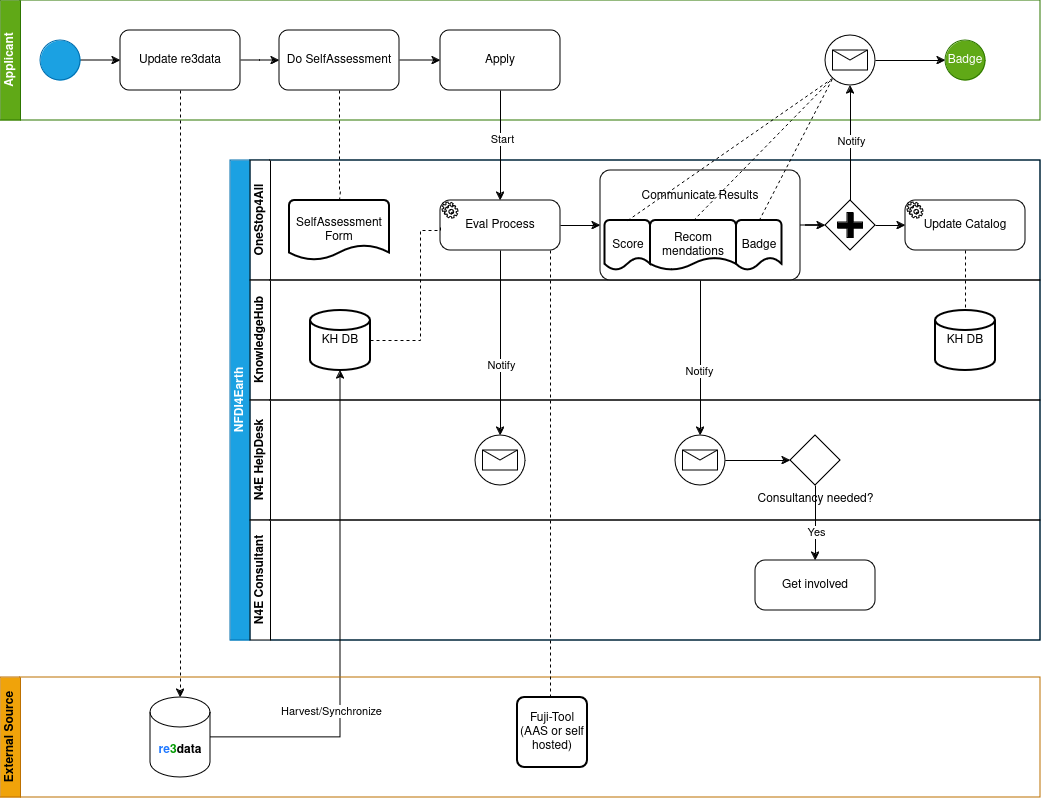
The draw.io diagram Application_Workflow_Abstract.drawio.png in geyslein/NFDI4Earth-Label, before a commit. Source tidied: cells renumbered, new cells last; positions are measured from the earlier drawing's top-left corner, leaving out a move shared by most shapes.
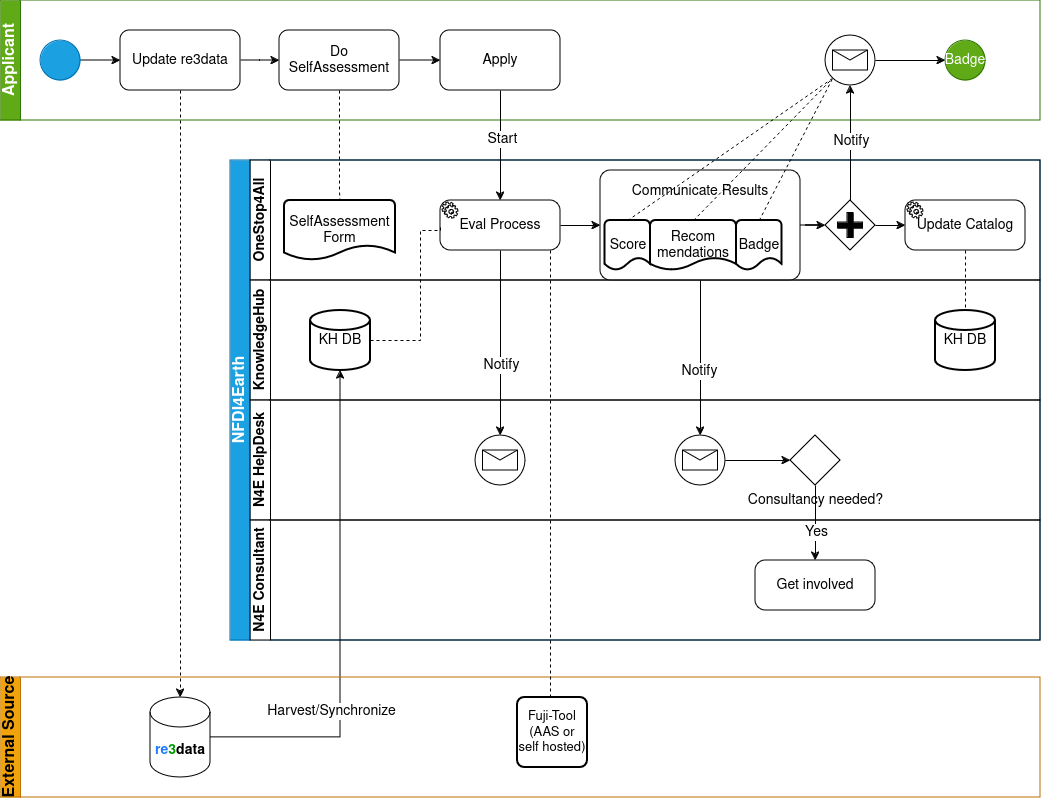
After the change.

Change to the diagram source:
```diff
@@ -2,22 +2,22 @@
   <root>
     <mxCell id="0" />
     <mxCell id="1" parent="0" />
-    <mxCell id="2" value="NFDI4Earth" style="swimlane;html=1;horizontal=0;startSize=20;fillColor=#1ba1e2;fontColor=#ffffff;strokeColor=#006EAF;" parent="1" vertex="1">
+    <mxCell id="2" value="NFDI4Earth" style="swimlane;html=1;horizontal=0;startSize=20;fillColor=#1ba1e2;fontColor=#ffffff;strokeColor=#006EAF;fontSize=16;" parent="1" vertex="1">
       <mxGeometry x="230" y="160" width="810" height="480" as="geometry" />
     </mxCell>
-    <mxCell id="3" value="OneStop4All" style="swimlane;html=1;startSize=20;horizontal=0;" parent="2" vertex="1">
+    <mxCell id="3" value="OneStop4All" style="swimlane;html=1;startSize=20;horizontal=0;fontSize=14;" parent="2" vertex="1">
       <mxGeometry x="20" width="790" height="120" as="geometry" />
     </mxCell>
-    <mxCell id="4" value="SelfAssessment Form" style="strokeWidth=2;html=1;shape=mxgraph.flowchart.document2;whiteSpace=wrap;size=0.25;" parent="3" vertex="1">
-      <mxGeometry x="39" y="40" width="100" height="60" as="geometry" />
+    <mxCell id="4" value="SelfAssessment Form" style="strokeWidth=2;html=1;shape=mxgraph.flowchart.document2;whiteSpace=wrap;size=0.25;fontSize=14;" parent="3" vertex="1">
+      <mxGeometry x="34" y="40" width="111" height="60" as="geometry" />
     </mxCell>
-    <mxCell id="5" value="Eval Process" style="points=[[0.25,0,0],[0.5,0,0],[0.75,0,0],[1,0.25,0],[1,0.5,0],[1,0.75,0],[0.75,1,0],[0.5,1,0],[0.25,1,0],[0,0.75,0],[0,0.5,0],[0,0.25,0]];shape=mxgraph.bpmn.task;whiteSpace=wrap;rectStyle=rounded;size=10;html=1;taskMarker=service;" parent="3" vertex="1">
+    <mxCell id="5" value="Eval Process" style="points=[[0.25,0,0],[0.5,0,0],[0.75,0,0],[1,0.25,0],[1,0.5,0],[1,0.75,0],[0.75,1,0],[0.5,1,0],[0.25,1,0],[0,0.75,0],[0,0.5,0],[0,0.25,0]];shape=mxgraph.bpmn.task;whiteSpace=wrap;rectStyle=rounded;size=10;html=1;taskMarker=service;fontSize=14;" parent="3" vertex="1">
       <mxGeometry x="190" y="40" width="120" height="50" as="geometry" />
     </mxCell>
-    <mxCell id="6" value="&lt;div&gt;Communicate Results&lt;/div&gt;&lt;div&gt;&lt;br&gt;&lt;/div&gt;&lt;div&gt;&lt;br&gt;&lt;/div&gt;&lt;div&gt;&lt;br&gt;&lt;/div&gt;&lt;div&gt;&lt;br&gt;&lt;/div&gt;" style="points=[[0.25,0,0],[0.5,0,0],[0.75,0,0],[1,0.25,0],[1,0.5,0],[1,0.75,0],[0.75,1,0],[0.5,1,0],[0.25,1,0],[0,0.75,0],[0,0.5,0],[0,0.25,0]];shape=mxgraph.bpmn.task;whiteSpace=wrap;rectStyle=rounded;size=10;html=1;taskMarker=abstract;" parent="3" vertex="1">
+    <mxCell id="6" value="&lt;div style=&quot;font-size: 14px;&quot;&gt;Communicate Results&lt;/div&gt;&lt;div style=&quot;font-size: 14px;&quot;&gt;&lt;br style=&quot;font-size: 14px;&quot;&gt;&lt;/div&gt;&lt;div style=&quot;font-size: 14px;&quot;&gt;&lt;br style=&quot;font-size: 14px;&quot;&gt;&lt;/div&gt;&lt;div style=&quot;font-size: 14px;&quot;&gt;&lt;br style=&quot;font-size: 14px;&quot;&gt;&lt;/div&gt;&lt;div style=&quot;font-size: 14px;&quot;&gt;&lt;br style=&quot;font-size: 14px;&quot;&gt;&lt;/div&gt;" style="points=[[0.25,0,0],[0.5,0,0],[0.75,0,0],[1,0.25,0],[1,0.5,0],[1,0.75,0],[0.75,1,0],[0.5,1,0],[0.25,1,0],[0,0.75,0],[0,0.5,0],[0,0.25,0]];shape=mxgraph.bpmn.task;whiteSpace=wrap;rectStyle=rounded;size=10;html=1;taskMarker=abstract;fontSize=14;" parent="3" vertex="1">
       <mxGeometry x="350" y="10" width="200" height="110" as="geometry" />
     </mxCell>
-    <mxCell id="7" value="Score" style="strokeWidth=2;html=1;shape=mxgraph.flowchart.document2;whiteSpace=wrap;size=0.25;" parent="6" vertex="1">
+    <mxCell id="7" value="Score" style="strokeWidth=2;html=1;shape=mxgraph.flowchart.document2;whiteSpace=wrap;size=0.25;fontSize=14;" parent="6" vertex="1">
       <mxGeometry x="4.5" y="50" width="45.5" height="50" as="geometry" />
     </mxCell>
     <mxCell id="8" style="rounded=0;jettySize=auto;html=1;exitX=0.5;exitY=0;exitDx=0;exitDy=0;exitPerimeter=0;endArrow=none;endFill=0;dashed=1;" parent="6" edge="1" source="9">
@@ -25,10 +25,10 @@
         <mxPoint x="230" y="-90" as="targetPoint" />
       </mxGeometry>
     </mxCell>
-    <mxCell id="9" value="&lt;div&gt;Recom&lt;/div&gt;&lt;div&gt;mendations&lt;/div&gt;" style="strokeWidth=2;html=1;shape=mxgraph.flowchart.document2;whiteSpace=wrap;size=0.25;" parent="6" vertex="1">
+    <mxCell id="9" value="&lt;div style=&quot;font-size: 14px;&quot;&gt;Recom&lt;/div&gt;&lt;div style=&quot;font-size: 14px;&quot;&gt;mendations&lt;/div&gt;" style="strokeWidth=2;html=1;shape=mxgraph.flowchart.document2;whiteSpace=wrap;size=0.25;fontSize=14;" parent="6" vertex="1">
       <mxGeometry x="50" y="50" width="86" height="50" as="geometry" />
     </mxCell>
-    <mxCell id="10" value="Badge" style="strokeWidth=2;html=1;shape=mxgraph.flowchart.document2;whiteSpace=wrap;size=0.25;" parent="6" vertex="1">
+    <mxCell id="10" value="Badge" style="strokeWidth=2;html=1;shape=mxgraph.flowchart.document2;whiteSpace=wrap;size=0.25;fontSize=14;" parent="6" vertex="1">
       <mxGeometry x="136" y="50" width="45.5" height="50" as="geometry" />
     </mxCell>
     <mxCell id="11" style="edgeStyle=orthogonalEdgeStyle;rounded=0;jettySize=auto;html=1;entryX=0;entryY=0.5;entryDx=0;entryDy=0;entryPerimeter=0;" parent="3" edge="1" source="5" target="6">
@@ -40,22 +40,22 @@
     <mxCell id="13" style="edgeStyle=orthogonalEdgeStyle;rounded=0;jettySize=auto;html=1;entryX=0;entryY=0.5;entryDx=0;entryDy=0;entryPerimeter=0;" parent="3" edge="1" source="6" target="12">
       <mxGeometry relative="1" as="geometry" />
     </mxCell>
-    <mxCell id="14" value="Update Catalog" style="points=[[0.25,0,0],[0.5,0,0],[0.75,0,0],[1,0.25,0],[1,0.5,0],[1,0.75,0],[0.75,1,0],[0.5,1,0],[0.25,1,0],[0,0.75,0],[0,0.5,0],[0,0.25,0]];shape=mxgraph.bpmn.task;whiteSpace=wrap;rectStyle=rounded;size=10;html=1;taskMarker=service;" parent="3" vertex="1">
+    <mxCell id="14" value="Update Catalog" style="points=[[0.25,0,0],[0.5,0,0],[0.75,0,0],[1,0.25,0],[1,0.5,0],[1,0.75,0],[0.75,1,0],[0.5,1,0],[0.25,1,0],[0,0.75,0],[0,0.5,0],[0,0.25,0]];shape=mxgraph.bpmn.task;whiteSpace=wrap;rectStyle=rounded;size=10;html=1;taskMarker=service;fontSize=14;" parent="3" vertex="1">
       <mxGeometry x="655" y="40" width="120" height="50" as="geometry" />
     </mxCell>
     <mxCell id="15" style="edgeStyle=orthogonalEdgeStyle;rounded=0;jettySize=auto;html=1;exitX=1;exitY=0.5;exitDx=0;exitDy=0;exitPerimeter=0;entryX=0;entryY=0.5;entryDx=0;entryDy=0;entryPerimeter=0;" parent="3" edge="1" source="12" target="14">
       <mxGeometry relative="1" as="geometry" />
     </mxCell>
-    <mxCell id="16" value="KnowledgeHub" style="swimlane;html=1;startSize=20;horizontal=0;" parent="2" vertex="1">
+    <mxCell id="16" value="KnowledgeHub" style="swimlane;html=1;startSize=20;horizontal=0;fontSize=14;" parent="2" vertex="1">
       <mxGeometry x="20" y="120" width="790" height="120" as="geometry" />
     </mxCell>
-    <mxCell id="17" value="KH DB" style="strokeWidth=2;html=1;shape=mxgraph.flowchart.database;whiteSpace=wrap;" parent="16" vertex="1">
+    <mxCell id="17" value="KH DB" style="strokeWidth=2;html=1;shape=mxgraph.flowchart.database;whiteSpace=wrap;fontSize=14;" parent="16" vertex="1">
       <mxGeometry x="60" y="30" width="60" height="60" as="geometry" />
     </mxCell>
-    <mxCell id="18" value="KH DB" style="strokeWidth=2;html=1;shape=mxgraph.flowchart.database;whiteSpace=wrap;" parent="16" vertex="1">
+    <mxCell id="18" value="KH DB" style="strokeWidth=2;html=1;shape=mxgraph.flowchart.database;whiteSpace=wrap;fontSize=14;" parent="16" vertex="1">
       <mxGeometry x="685" y="30" width="60" height="60" as="geometry" />
     </mxCell>
-    <mxCell id="19" value="N4E HelpDesk" style="swimlane;html=1;startSize=20;horizontal=0;" parent="2" vertex="1">
+    <mxCell id="19" value="N4E HelpDesk" style="swimlane;html=1;startSize=20;horizontal=0;fontSize=14;" parent="2" vertex="1">
       <mxGeometry x="20" y="240" width="790" height="120" as="geometry" />
     </mxCell>
     <mxCell id="20" style="points=[[0.145,0.145,0],[0.5,0,0],[0.855,0.145,0],[1,0.5,0],[0.855,0.855,0],[0.5,1,0],[0.145,0.855,0],[0,0.5,0]];shape=mxgraph.bpmn.event;html=1;verticalLabelPosition=bottom;labelBackgroundColor=#ffffff;verticalAlign=top;align=center;perimeter=ellipsePerimeter;outlineConnect=0;outline=standard;symbol=message;" parent="19" vertex="1">
@@ -64,22 +64,22 @@
     <mxCell id="21" style="points=[[0.145,0.145,0],[0.5,0,0],[0.855,0.145,0],[1,0.5,0],[0.855,0.855,0],[0.5,1,0],[0.145,0.855,0],[0,0.5,0]];shape=mxgraph.bpmn.event;html=1;verticalLabelPosition=bottom;labelBackgroundColor=#ffffff;verticalAlign=top;align=center;perimeter=ellipsePerimeter;outlineConnect=0;outline=standard;symbol=message;" parent="19" vertex="1">
       <mxGeometry x="425" y="35" width="50" height="50" as="geometry" />
     </mxCell>
-    <mxCell id="22" value="Consultancy needed?" style="points=[[0.25,0.25,0],[0.5,0,0],[0.75,0.25,0],[1,0.5,0],[0.75,0.75,0],[0.5,1,0],[0.25,0.75,0],[0,0.5,0]];shape=mxgraph.bpmn.gateway2;html=1;verticalLabelPosition=bottom;labelBackgroundColor=#ffffff;verticalAlign=top;align=center;perimeter=rhombusPerimeter;outlineConnect=0;outline=none;symbol=none;" parent="19" vertex="1">
+    <mxCell id="22" value="Consultancy needed?" style="points=[[0.25,0.25,0],[0.5,0,0],[0.75,0.25,0],[1,0.5,0],[0.75,0.75,0],[0.5,1,0],[0.25,0.75,0],[0,0.5,0]];shape=mxgraph.bpmn.gateway2;html=1;verticalLabelPosition=bottom;labelBackgroundColor=#ffffff;verticalAlign=top;align=center;perimeter=rhombusPerimeter;outlineConnect=0;outline=none;symbol=none;fontSize=14;" parent="19" vertex="1">
       <mxGeometry x="540" y="35" width="50" height="50" as="geometry" />
     </mxCell>
     <mxCell id="23" style="edgeStyle=orthogonalEdgeStyle;rounded=0;jettySize=auto;html=1;exitX=1;exitY=0.5;exitDx=0;exitDy=0;exitPerimeter=0;entryX=0;entryY=0.5;entryDx=0;entryDy=0;entryPerimeter=0;" parent="19" edge="1" source="21" target="22">
       <mxGeometry relative="1" as="geometry" />
     </mxCell>
-    <mxCell id="24" value="N4E Consultant" style="swimlane;html=1;startSize=20;horizontal=0;" parent="2" vertex="1">
+    <mxCell id="24" value="N4E Consultant" style="swimlane;html=1;startSize=20;horizontal=0;fontSize=14;" parent="2" vertex="1">
       <mxGeometry x="20" y="360" width="790" height="120" as="geometry" />
     </mxCell>
-    <mxCell id="25" value="Get involved" style="points=[[0.25,0,0],[0.5,0,0],[0.75,0,0],[1,0.25,0],[1,0.5,0],[1,0.75,0],[0.75,1,0],[0.5,1,0],[0.25,1,0],[0,0.75,0],[0,0.5,0],[0,0.25,0]];shape=mxgraph.bpmn.task;whiteSpace=wrap;rectStyle=rounded;size=10;html=1;taskMarker=abstract;" parent="24" vertex="1">
+    <mxCell id="25" value="Get involved" style="points=[[0.25,0,0],[0.5,0,0],[0.75,0,0],[1,0.25,0],[1,0.5,0],[1,0.75,0],[0.75,1,0],[0.5,1,0],[0.25,1,0],[0,0.75,0],[0,0.5,0],[0,0.25,0]];shape=mxgraph.bpmn.task;whiteSpace=wrap;rectStyle=rounded;size=10;html=1;taskMarker=abstract;fontSize=14;" parent="24" vertex="1">
       <mxGeometry x="505" y="40" width="120" height="50" as="geometry" />
     </mxCell>
     <mxCell id="26" style="edgeStyle=orthogonalEdgeStyle;rounded=0;jettySize=auto;html=1;exitX=0.5;exitY=1;exitDx=0;exitDy=0;exitPerimeter=0;entryX=0.5;entryY=0;entryDx=0;entryDy=0;entryPerimeter=0;" parent="2" edge="1" source="5" target="20">
       <mxGeometry relative="1" as="geometry" />
     </mxCell>
-    <mxCell id="27" value="Notify" style="edgeLabel;html=1;align=center;verticalAlign=middle;" parent="26" vertex="1">
+    <mxCell id="27" value="Notify" style="edgeLabel;html=1;align=center;verticalAlign=middle;fontSize=14;" parent="26" vertex="1">
       <mxGeometry x="0.23" relative="1" as="geometry" />
     </mxCell>
     <mxCell id="28" style="edgeStyle=orthogonalEdgeStyle;rounded=0;jettySize=auto;html=1;entryX=0;entryY=0.5;entryDx=0;entryDy=0;entryPerimeter=0;endArrow=none;endFill=0;dashed=1;" parent="2" edge="1" source="17" target="5">
@@ -94,7 +94,7 @@
     <mxCell id="29" style="edgeStyle=orthogonalEdgeStyle;rounded=0;jettySize=auto;html=1;exitX=0.5;exitY=1;exitDx=0;exitDy=0;exitPerimeter=0;" parent="2" edge="1" source="6" target="21">
       <mxGeometry relative="1" as="geometry" />
     </mxCell>
-    <mxCell id="30" value="Notify" style="edgeLabel;html=1;align=center;verticalAlign=middle;" parent="29" vertex="1">
+    <mxCell id="30" value="Notify" style="edgeLabel;html=1;align=center;verticalAlign=middle;fontSize=14;" parent="29" vertex="1">
       <mxGeometry x="0.16" y="-2" relative="1" as="geometry" />
     </mxCell>
     <mxCell id="31" style="edgeStyle=orthogonalEdgeStyle;rounded=0;jettySize=auto;html=1;exitX=0.5;exitY=1;exitDx=0;exitDy=0;exitPerimeter=0;entryX=0.5;entryY=0;entryDx=0;entryDy=0;entryPerimeter=0;endArrow=none;endFill=0;dashed=1;" parent="2" edge="1" source="14" target="18">
@@ -103,10 +103,10 @@
     <mxCell id="32" style="edgeStyle=orthogonalEdgeStyle;rounded=0;jettySize=auto;html=1;exitX=0.5;exitY=1;exitDx=0;exitDy=0;exitPerimeter=0;entryX=0.5;entryY=0;entryDx=0;entryDy=0;entryPerimeter=0;" parent="2" edge="1" source="22" target="25">
       <mxGeometry relative="1" as="geometry" />
     </mxCell>
-    <mxCell id="33" value="Yes" style="edgeLabel;html=1;align=center;verticalAlign=middle;" parent="32" vertex="1">
+    <mxCell id="33" value="Yes" style="edgeLabel;html=1;align=center;verticalAlign=middle;fontSize=14;" parent="32" vertex="1">
       <mxGeometry x="0.23" relative="1" as="geometry" />
     </mxCell>
-    <mxCell id="34" value="Applicant" style="swimlane;html=1;startSize=20;horizontal=0;fillColor=#60a917;fontColor=#ffffff;strokeColor=#2D7600;" parent="1" vertex="1">
+    <mxCell id="34" value="Applicant" style="swimlane;html=1;startSize=20;horizontal=0;fillColor=#60a917;fontColor=#ffffff;strokeColor=#2D7600;fontSize=16;" parent="1" vertex="1">
       <mxGeometry width="1040" height="120" as="geometry" />
     </mxCell>
     <mxCell id="35" style="edgeStyle=orthogonalEdgeStyle;rounded=0;jettySize=auto;html=1;" parent="34" edge="1" source="36">
@@ -117,13 +117,13 @@
     <mxCell id="36" style="ellipse;whiteSpace=wrap;html=1;fillColor=#1ba1e2;fontColor=#ffffff;strokeColor=#006EAF;" parent="34" vertex="1">
       <mxGeometry x="40" y="40" width="40" height="40" as="geometry" />
     </mxCell>
-    <mxCell id="37" value="Badge" style="ellipse;whiteSpace=wrap;html=1;fillColor=#60a917;fontColor=#ffffff;strokeColor=#2D7600;" parent="34" vertex="1">
+    <mxCell id="37" value="Badge" style="ellipse;whiteSpace=wrap;html=1;fillColor=#60a917;fontColor=#ffffff;strokeColor=#2D7600;fontSize=14;" parent="34" vertex="1">
       <mxGeometry x="945" y="40" width="40" height="40" as="geometry" />
     </mxCell>
     <mxCell id="38" style="edgeStyle=orthogonalEdgeStyle;rounded=0;jettySize=auto;html=1;" parent="34" edge="1" source="39" target="41">
       <mxGeometry relative="1" as="geometry" />
     </mxCell>
-    <mxCell id="39" value="Update re3data" style="rounded=1;whiteSpace=wrap;html=1;" parent="34" vertex="1">
+    <mxCell id="39" value="Update re3data" style="rounded=1;whiteSpace=wrap;html=1;fontSize=14;" parent="34" vertex="1">
       <mxGeometry x="120" y="30" width="120" height="60" as="geometry" />
     </mxCell>
     <mxCell id="40" style="edgeStyle=orthogonalEdgeStyle;rounded=0;jettySize=auto;html=1;" parent="34" edge="1" source="41">
@@ -131,10 +131,10 @@
         <mxPoint x="440" y="60" as="targetPoint" />
       </mxGeometry>
     </mxCell>
-    <mxCell id="41" value="Do SelfAssessment" style="rounded=1;whiteSpace=wrap;html=1;" parent="34" vertex="1">
+    <mxCell id="41" value="Do SelfAssessment" style="rounded=1;whiteSpace=wrap;html=1;fontSize=14;" parent="34" vertex="1">
       <mxGeometry x="279" y="30" width="120" height="60" as="geometry" />
     </mxCell>
-    <mxCell id="42" value="Apply" style="rounded=1;whiteSpace=wrap;html=1;" parent="34" vertex="1">
+    <mxCell id="42" value="Apply" style="rounded=1;whiteSpace=wrap;html=1;fontSize=14;" parent="34" vertex="1">
       <mxGeometry x="440" y="30" width="120" height="60" as="geometry" />
     </mxCell>
     <mxCell id="43" style="edgeStyle=orthogonalEdgeStyle;rounded=0;jettySize=auto;html=1;entryX=0.5;entryY=0;entryDx=0;entryDy=0;entryPerimeter=0;dashed=1;" parent="1" edge="1" source="39" target="48">
@@ -155,24 +155,24 @@
         </Array>
       </mxGeometry>
     </mxCell>
-    <mxCell id="46" value="Harvest/Synchronize" style="edgeLabel;html=1;align=center;verticalAlign=middle;" parent="45" vertex="1">
+    <mxCell id="46" value="Harvest/Synchronize" style="edgeLabel;html=1;align=center;verticalAlign=middle;fontSize=14;" parent="45" vertex="1">
       <mxGeometry x="-0.51" y="-1" relative="1" as="geometry">
         <mxPoint x="-9" y="218" as="offset" />
       </mxGeometry>
     </mxCell>
-    <mxCell id="47" value="External Source" style="swimlane;html=1;startSize=20;horizontal=0;fillColor=#f0a30a;fontColor=#000000;strokeColor=#BD7000;" parent="1" vertex="1">
+    <mxCell id="47" value="External Source" style="swimlane;html=1;startSize=20;horizontal=0;fillColor=#f0a30a;fontColor=#000000;strokeColor=#BD7000;fontSize=16;" parent="1" vertex="1">
       <mxGeometry y="677" width="1040" height="120" as="geometry" />
     </mxCell>
-    <mxCell id="48" value="&lt;b&gt;&lt;font color=&quot;#1f78ff&quot;&gt;re&lt;/font&gt;&lt;font color=&quot;#009900&quot;&gt;3&lt;/font&gt;data&lt;/b&gt;" style="shape=cylinder3;whiteSpace=wrap;html=1;boundedLbl=1;backgroundOutline=1;size=15;gradientColor=#009900;fillColor=none;" parent="47" vertex="1">
+    <mxCell id="48" value="&lt;b style=&quot;font-size: 14px;&quot;&gt;&lt;font style=&quot;font-size: 14px;&quot; color=&quot;#1f78ff&quot;&gt;re&lt;/font&gt;&lt;font style=&quot;font-size: 14px;&quot; color=&quot;#009900&quot;&gt;3&lt;/font&gt;data&lt;/b&gt;" style="shape=cylinder3;whiteSpace=wrap;html=1;boundedLbl=1;backgroundOutline=1;size=15;gradientColor=#009900;fillColor=none;fontSize=14;" parent="47" vertex="1">
       <mxGeometry x="150" y="20" width="60" height="80" as="geometry" />
     </mxCell>
-    <mxCell id="49" value="&lt;div&gt;Fuji-Tool&lt;/div&gt;&lt;div&gt;(AAS or self hosted)&lt;br&gt;&lt;/div&gt;" style="rounded=1;whiteSpace=wrap;html=1;absoluteArcSize=1;arcSize=14;strokeWidth=2;" parent="47" vertex="1">
+    <mxCell id="49" value="&lt;div style=&quot;font-size: 13px;&quot;&gt;Fuji-Tool&lt;/div&gt;&lt;div style=&quot;font-size: 13px;&quot;&gt;(AAS or self hosted)&lt;br style=&quot;font-size: 13px;&quot;&gt;&lt;/div&gt;" style="rounded=1;whiteSpace=wrap;html=1;absoluteArcSize=1;arcSize=14;strokeWidth=2;fontSize=13;" parent="47" vertex="1">
       <mxGeometry x="517" y="20" width="70" height="70" as="geometry" />
     </mxCell>
     <mxCell id="50" style="edgeStyle=orthogonalEdgeStyle;rounded=0;jettySize=auto;html=1;entryX=0.5;entryY=0;entryDx=0;entryDy=0;entryPerimeter=0;" parent="1" edge="1" source="42" target="5">
       <mxGeometry relative="1" as="geometry" />
     </mxCell>
-    <mxCell id="51" value="Start" style="edgeLabel;html=1;align=center;verticalAlign=middle;" parent="50" vertex="1">
+    <mxCell id="51" value="Start" style="edgeLabel;html=1;align=center;verticalAlign=middle;fontSize=14;" parent="50" vertex="1">
       <mxGeometry x="-0.13" y="1" relative="1" as="geometry" />
     </mxCell>
     <mxCell id="52" style="edgeStyle=orthogonalEdgeStyle;rounded=0;jettySize=auto;html=1;dashed=1;endArrow=none;endFill=0;entryX=0.5;entryY=0;entryDx=0;entryDy=0;" parent="1" edge="1" source="5" target="49">
@@ -188,7 +188,7 @@
     <mxCell id="54" style="edgeStyle=orthogonalEdgeStyle;rounded=0;jettySize=auto;html=1;entryX=0.5;entryY=1;entryDx=0;entryDy=0;exitX=0.5;exitY=0;exitDx=0;exitDy=0;exitPerimeter=0;entryPerimeter=0;" parent="1" edge="1" source="12" target="56">
       <mxGeometry relative="1" as="geometry" />
     </mxCell>
-    <mxCell id="55" value="Notify" style="edgeLabel;html=1;align=center;verticalAlign=middle;" parent="54" vertex="1">
+    <mxCell id="55" value="Notify" style="edgeLabel;html=1;align=center;verticalAlign=middle;fontSize=14;" parent="54" vertex="1">
       <mxGeometry x="-0.17" y="-2" relative="1" as="geometry">
         <mxPoint x="-2" y="-12" as="offset" />
       </mxGeometry>
```
